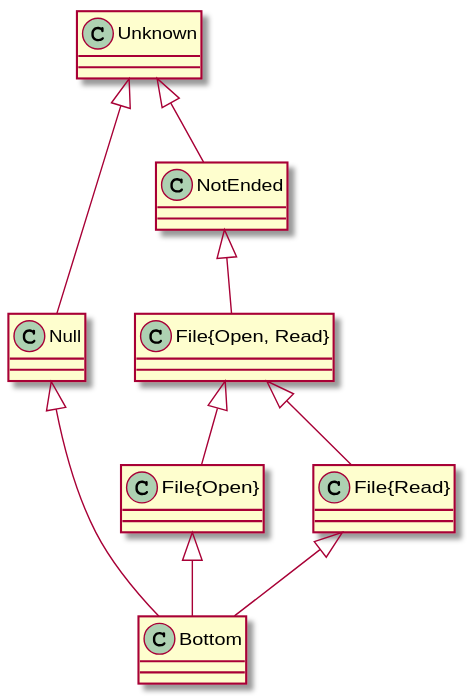
Earlier version of the PlantUML export type_system_example.svg (jdmota/java-typestate-checker).
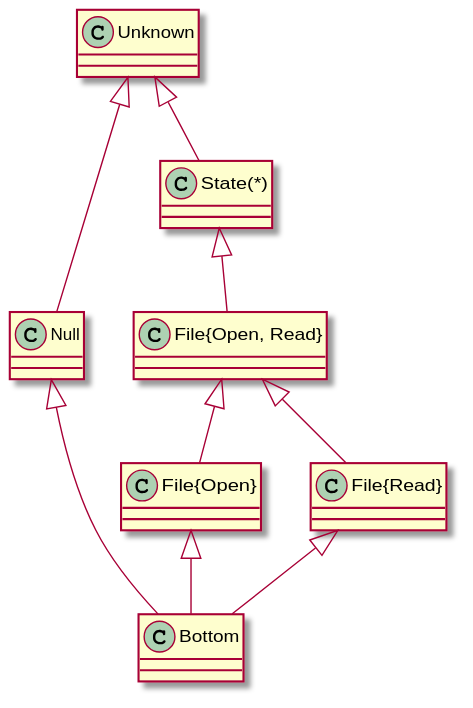
The same diagram one commit later.

What changed in the source:
```diff
@@ -1,7 +1,7 @@
 @startuml
 Unknown <|-- Null
-Unknown <|-- NotEnded
-NotEnded <|-- "File{Open, Read}"
+Unknown <|-- "State(*)"
+"State(*)" <|-- "File{Open, Read}"
 "File{Open, Read}" <|-- "File{Open}"
 "File{Open, Read}" <|-- "File{Read}"
 Null <|-- Bottom
```
